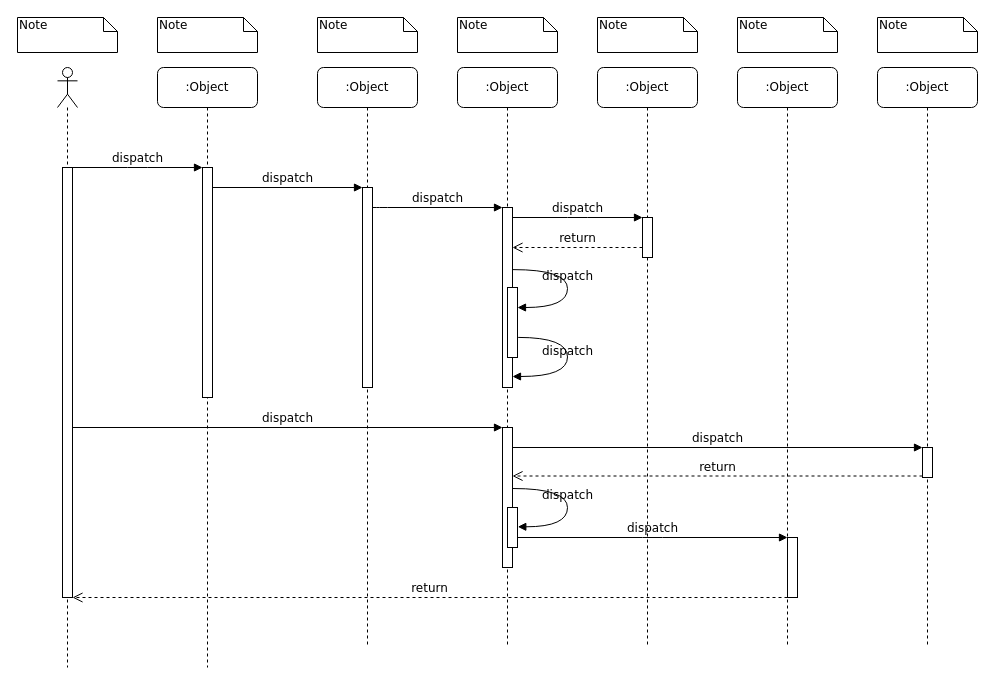
The draw.io diagram PS Sequence Diagram - SearchPizzaMethod.drawio in Cal-ly/PizzaStore, before the edit. Source tidied: cells renumbered, new cells numbered last; positions are measured from the earlier drawing's top-left corner, leaving out a move shared by most shapes. Both pictures are drawn from the tidied source at 100%, with x=0, y=0 at pixel (17, 17).
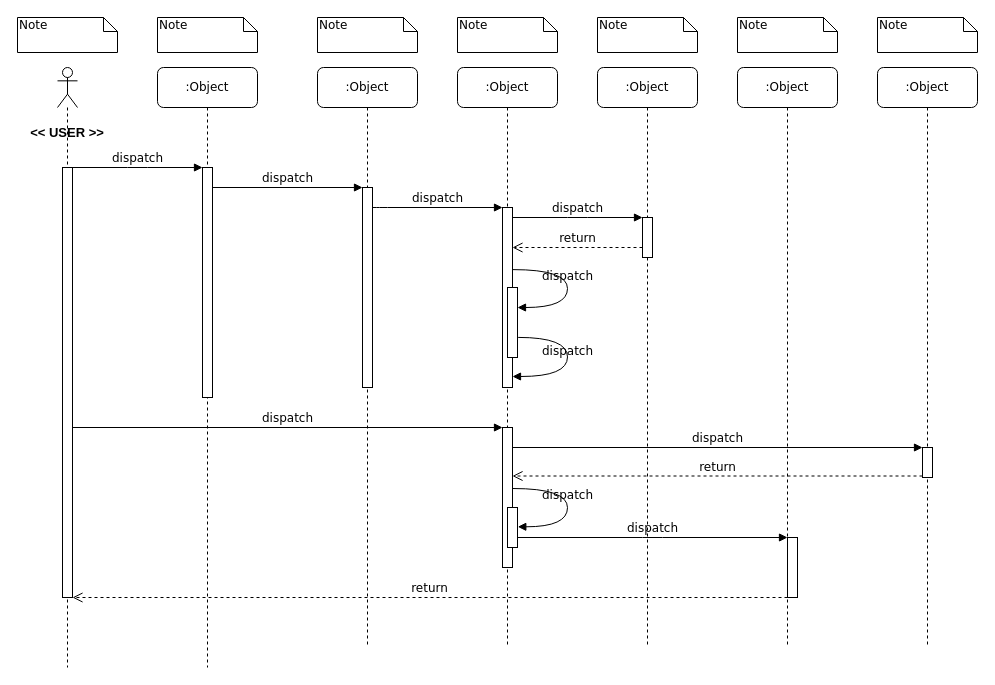
After the change.

Change to the diagram source:
```diff
@@
-    <mxCell id="2" style="shape=umlLifeline;perimeter=lifelinePerimeter;whiteSpace=wrap;html=1;newEdgeStyle={&quot;curved&quot;:0,&quot;rounded&quot;:0};participant=umlActor;" parent="1" vertex="1">
-      <mxGeometry x="40" y="50" width="20" height="600" as="geometry" />
-    </mxCell>
@@
+    <mxCell id="39" style="group;" parent="1" vertex="1">
+      <mxGeometry x="10" y="50" width="80" height="600" as="geometry" />
+    </mxCell>
+    <mxCell id="2" style="shape=umlLifeline;perimeter=lifelinePerimeter;whiteSpace=wrap;html=1;newEdgeStyle={&quot;curved&quot;:0,&quot;rounded&quot;:0};participant=umlActor;" parent="39" vertex="1">
+      <mxGeometry x="30" width="20" height="600" as="geometry" />
+    </mxCell>
-    <mxCell id="38" style="html=1;points=[];perimeter=orthogonalPerimeter;rounded=0;shadow=0;comic=0;labelBackgroundColor=none;strokeWidth=1;fontFamily=Verdana;fontSize=12;align=center;" parent="1" vertex="1">
-      <mxGeometry x="45" y="150" width="10" height="430" as="geometry" />
+    <mxCell id="38" style="html=1;points=[];perimeter=orthogonalPerimeter;rounded=0;shadow=0;comic=0;labelBackgroundColor=none;strokeWidth=1;fontFamily=Verdana;fontSize=12;align=center;" parent="39" vertex="1">
+      <mxGeometry x="35" y="100" width="10" height="430" as="geometry" />
     </mxCell>
+    <mxCell id="40" value="&lt;b&gt;&lt;font style=&quot;font-size: 13px;&quot;&gt;&amp;lt;&amp;lt; USER &amp;gt;&amp;gt;&lt;/font&gt;&lt;/b&gt;" style="text;strokeColor=none;align=center;fillColor=none;html=1;verticalAlign=middle;whiteSpace=wrap;rounded=0;" parent="39" vertex="1">
+      <mxGeometry y="50" width="80" height="30" as="geometry" />
+    </mxCell>
```
